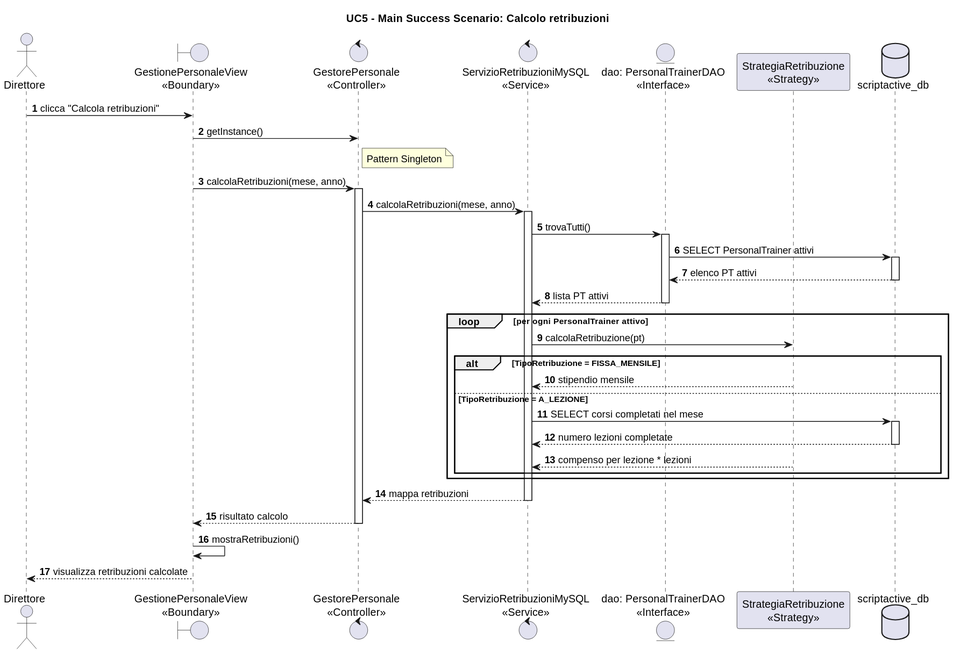
The PlantUML diagram ScriptActive/Documenti/08. Diagrammi di Sequenza/Visualizzazioni/DSequenzaUC5Main4.svg in svilu999/Progetto-ScriptActive, before a commit.
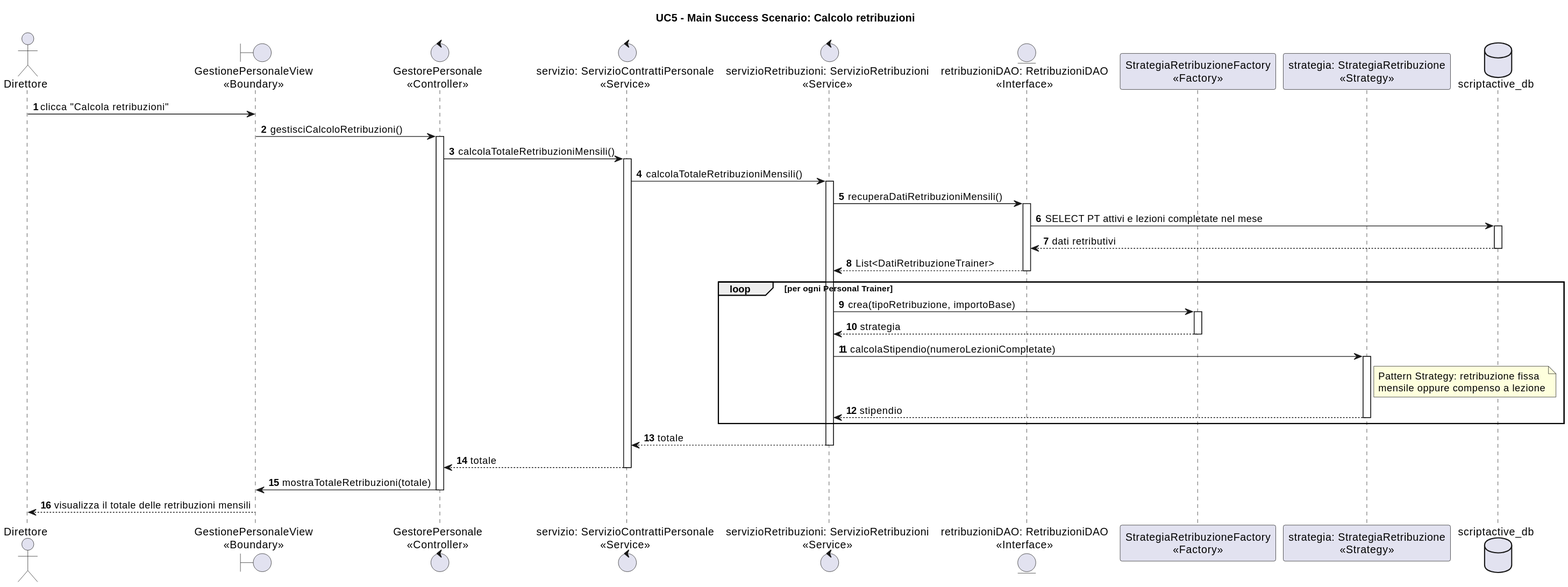
After the commit.

The edit, as a diff of the source:
```diff
@@ -6,56 +6,57 @@
 actor "Direttore" as Direttore
 boundary "GestionePersonaleView\n<<Boundary>>" as View
 control "GestorePersonale\n<<Controller>>" as Controller
-control "ServizioRetribuzioniMySQL\n<<Service>>" as RetribuzioniService
-entity "dao: PersonalTrainerDAO\n<<Interface>>" as PTDAO
-participant "StrategiaRetribuzione\n<<Strategy>>" as Strategia
+control "servizio: ServizioContrattiPersonale\n<<Service>>" as Servizio
+control "servizioRetribuzioni: ServizioRetribuzioni\n<<Service>>" as RetribuzioniService
+entity "retribuzioniDAO: RetribuzioniDAO\n<<Interface>>" as RetDAO
+participant "StrategiaRetribuzioneFactory\n<<Factory>>" as Factory
+participant "strategia: StrategiaRetribuzione\n<<Strategy>>" as Strategia
 database "scriptactive_db" as DB
 
 Direttore -> View : clicca "Calcola retribuzioni"
 
-View -> Controller : getInstance()
-note right of Controller
-Pattern Singleton
-end note
-
-View -> Controller : calcolaRetribuzioni(mese, anno)
+View -> Controller : gestisciCalcoloRetribuzioni()
 activate Controller
 
-Controller -> RetribuzioniService : calcolaRetribuzioni(mese, anno)
+Controller -> Servizio : calcolaTotaleRetribuzioniMensili()
+activate Servizio
+
+Servizio -> RetribuzioniService : calcolaTotaleRetribuzioniMensili()
 activate RetribuzioniService
 
-RetribuzioniService -> PTDAO : trovaTutti()
-activate PTDAO
+RetribuzioniService -> RetDAO : recuperaDatiRetribuzioniMensili()
+activate RetDAO
+RetDAO -> DB : SELECT PT attivi e lezioni completate nel mese
+activate DB
+DB --> RetDAO : dati retributivi
+deactivate DB
+RetDAO --> RetribuzioniService : List<DatiRetribuzioneTrainer>
+deactivate RetDAO
 
-PTDAO -> DB : SELECT PersonalTrainer attivi
-activate DB
-DB --> PTDAO : elenco PT attivi
-deactivate DB
+loop per ogni Personal Trainer
+    RetribuzioniService -> Factory : crea(tipoRetribuzione, importoBase)
+    activate Factory
+    Factory --> RetribuzioniService : strategia
+    deactivate Factory
 
-PTDAO --> RetribuzioniService : lista PT attivi
-deactivate PTDAO
-
-loop per ogni PersonalTrainer attivo
-    RetribuzioniService -> Strategia : calcolaRetribuzione(pt)
-
-    alt TipoRetribuzione = FISSA_MENSILE
-        Strategia --> RetribuzioniService : stipendio mensile
-    else TipoRetribuzione = A_LEZIONE
-        RetribuzioniService -> DB : SELECT corsi completati nel mese
-        activate DB
-        DB --> RetribuzioniService : numero lezioni completate
-        deactivate DB
-
-        Strategia --> RetribuzioniService : compenso per lezione * lezioni
-    end
+    RetribuzioniService -> Strategia : calcolaStipendio(numeroLezioniCompletate)
+    activate Strategia
+    note right of Strategia
+    Pattern Strategy: retribuzione fissa
+    mensile oppure compenso a lezione
+    end note
+    Strategia --> RetribuzioniService : stipendio
+    deactivate Strategia
 end
 
-RetribuzioniService --> Controller : mappa retribuzioni
+RetribuzioniService --> Servizio : totale
 deactivate RetribuzioniService
 
-Controller --> View : risultato calcolo
+Servizio --> Controller : totale
+deactivate Servizio
+
+Controller -> View : mostraTotaleRetribuzioni(totale)
 deactivate Controller
 
-View -> View : mostraRetribuzioni()
-View --> Direttore : visualizza retribuzioni calcolate
+View --> Direttore : visualizza il totale delle retribuzioni mensili
 @enduml
```
